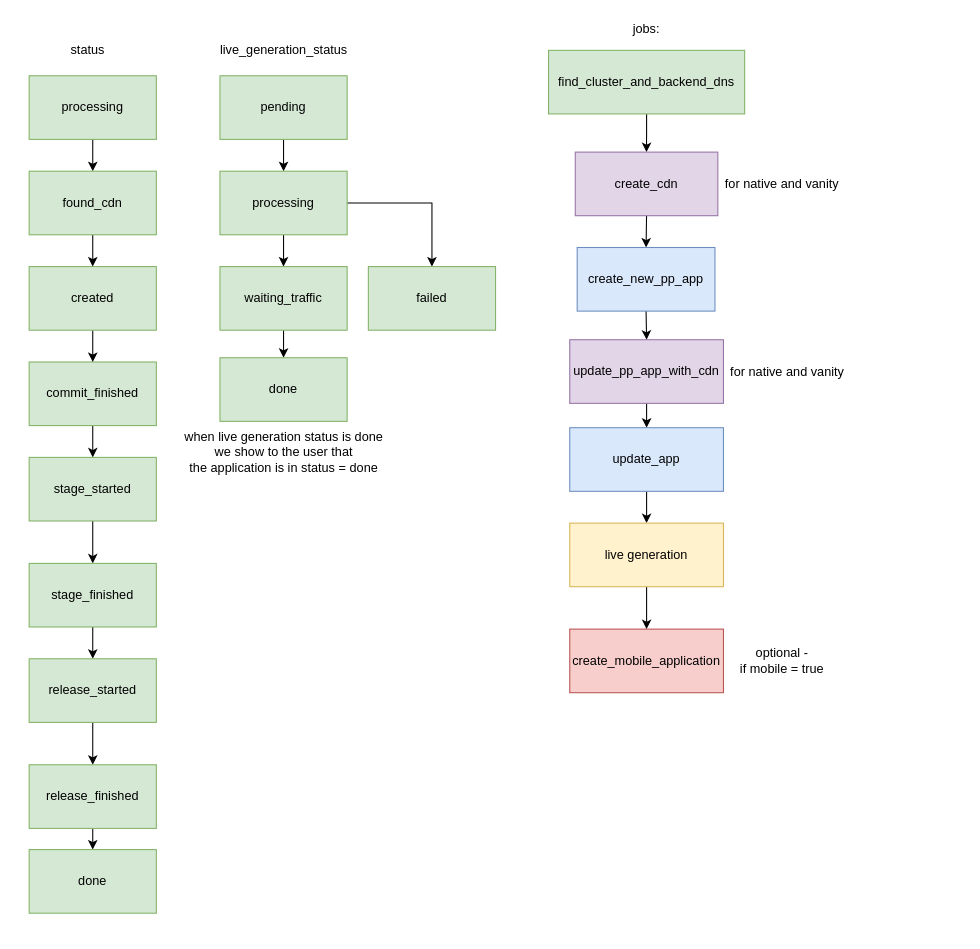
This is page "live generation" (4 of 4) of Untitled Diagram.drawio from rotemhas/drawio, a draw.io file, before an edit. Source tidied: cells renumbered, new cells numbered last; positions are measured from the earlier drawing's top-left corner, leaving out a move shared by most shapes. Both pictures are drawn from the tidied source at 106%, with x=0, y=0 at pixel (29, 18).
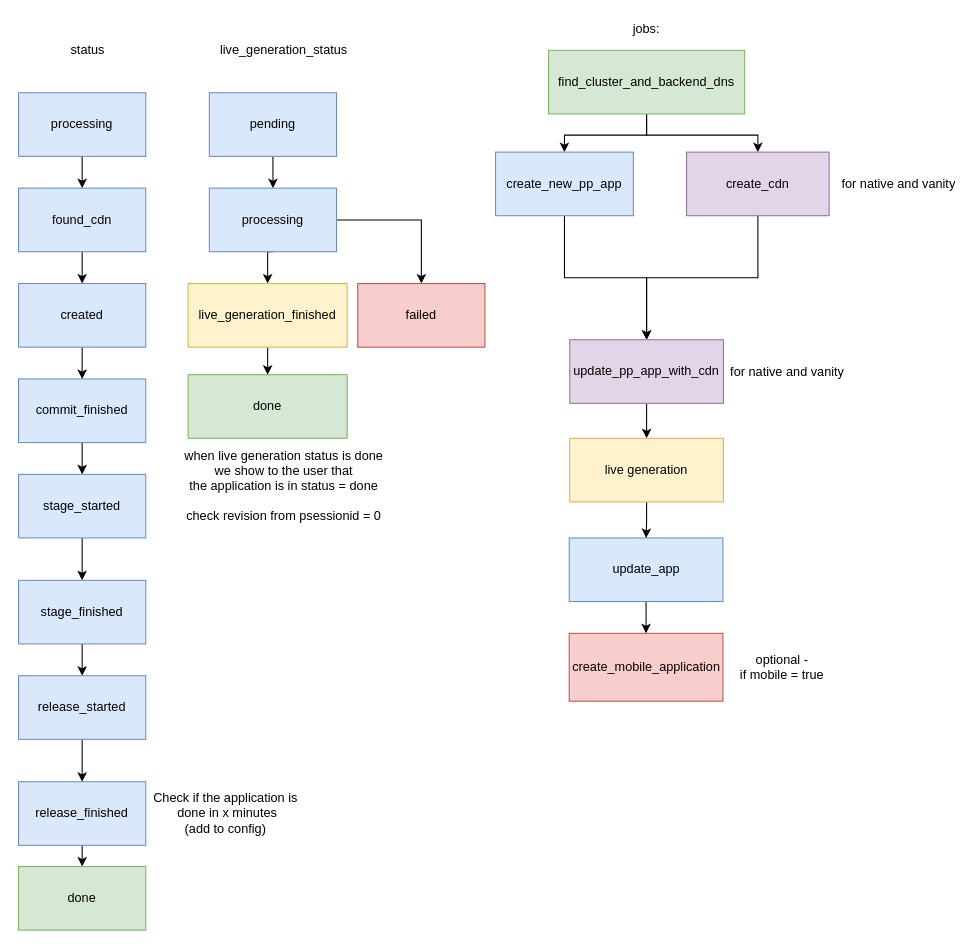
The same page after the edit.

Unchanged cells that the change refers to:
```xml
<mxCell id="3" value="find_cluster_and_backend_dns" style="rounded=0;whiteSpace=wrap;html=1;fillColor=#d5e8d4;strokeColor=#82b366;" parent="1" vertex="1">
  <mxGeometry x="490" y="30" width="185" height="60" as="geometry" />
</mxCell>
<mxCell id="9" value="update_pp_app_with_cdn" style="rounded=0;whiteSpace=wrap;html=1;fillColor=#e1d5e7;strokeColor=#9673a6;" parent="1" vertex="1">
  <mxGeometry x="510" y="303" width="145" height="60" as="geometry" />
</mxCell>
```

Change to the diagram source:
```diff
@@
+    <mxCell id="48" style="edgeStyle=orthogonalEdgeStyle;rounded=0;jettySize=auto;html=1;exitX=0.5;exitY=1;exitDx=0;exitDy=0;entryX=0.5;entryY=0;entryDx=0;entryDy=0;" parent="1" edge="1" source="3" target="7">
+      <mxGeometry relative="1" as="geometry" />
+    </mxCell>
@@
-    <mxCell id="4" style="edgeStyle=orthogonalEdgeStyle;rounded=0;jettySize=auto;html=1;exitX=0.5;exitY=1;exitDx=0;exitDy=0;entryX=0.5;entryY=0;entryDx=0;entryDy=0;" parent="1" edge="1" source="5" target="7">
-      <mxGeometry relative="1" as="geometry" />
-    </mxCell>
+    <mxCell id="49" style="edgeStyle=orthogonalEdgeStyle;rounded=0;jettySize=auto;html=1;" parent="1" edge="1" source="5" target="9">
+      <mxGeometry relative="1" as="geometry" />
+    </mxCell>
     <mxCell id="5" value="create_cdn" style="rounded=0;whiteSpace=wrap;html=1;fillColor=#e1d5e7;strokeColor=#9673a6;" parent="1" vertex="1">
-      <mxGeometry x="515.2" y="126" width="134.5" height="60" as="geometry" />
+      <mxGeometry x="620.2" y="126" width="134.5" height="60" as="geometry" />
     </mxCell>
-    <mxCell id="6" style="edgeStyle=orthogonalEdgeStyle;rounded=0;jettySize=auto;html=1;exitX=0.5;exitY=1;exitDx=0;exitDy=0;entryX=0.5;entryY=0;entryDx=0;entryDy=0;" parent="1" edge="1" source="7" target="9">
+    <mxCell id="6" style="edgeStyle=orthogonalEdgeStyle;rounded=0;jettySize=auto;html=1;exitX=0.5;exitY=1;exitDx=0;exitDy=0;" parent="1" edge="1" source="7" target="9">
       <mxGeometry relative="1" as="geometry" />
     </mxCell>
     <mxCell id="7" value="create_new_pp_app" style="rounded=0;whiteSpace=wrap;html=1;fillColor=#dae8fc;strokeColor=#6c8ebf;" parent="1" vertex="1">
-      <mxGeometry x="517" y="216" width="130" height="60" as="geometry" />
+      <mxGeometry x="440" y="126" width="130" height="60" as="geometry" />
     </mxCell>
-    <mxCell id="8" style="edgeStyle=orthogonalEdgeStyle;rounded=0;jettySize=auto;html=1;exitX=0.5;exitY=1;exitDx=0;exitDy=0;entryX=0.5;entryY=0;entryDx=0;entryDy=0;" parent="1" edge="1" source="9" target="11">
-      <mxGeometry relative="1" as="geometry" />
-    </mxCell>
+    <mxCell id="50" style="edgeStyle=orthogonalEdgeStyle;rounded=0;jettySize=auto;html=1;exitX=0.5;exitY=1;exitDx=0;exitDy=0;entryX=0.5;entryY=0;entryDx=0;entryDy=0;" parent="1" edge="1" source="9" target="17">
+      <mxGeometry relative="1" as="geometry" />
+    </mxCell>
@@
-    <mxCell id="10" style="edgeStyle=orthogonalEdgeStyle;rounded=0;jettySize=auto;html=1;exitX=0.5;exitY=1;exitDx=0;exitDy=0;entryX=0.5;entryY=0;entryDx=0;entryDy=0;" parent="1" edge="1" source="11" target="17">
-      <mxGeometry relative="1" as="geometry" />
-    </mxCell>
+    <mxCell id="51" style="edgeStyle=orthogonalEdgeStyle;rounded=0;jettySize=auto;html=1;exitX=0.5;exitY=1;exitDx=0;exitDy=0;entryX=0.5;entryY=0;entryDx=0;entryDy=0;" parent="1" edge="1" source="11" target="12">
+      <mxGeometry relative="1" as="geometry" />
+    </mxCell>
     <mxCell id="11" value="update_app" style="rounded=0;whiteSpace=wrap;html=1;fillColor=#dae8fc;strokeColor=#6c8ebf;" parent="1" vertex="1">
-      <mxGeometry x="510" y="386" width="145" height="60" as="geometry" />
+      <mxGeometry x="509.5" y="490" width="145" height="60" as="geometry" />
     </mxCell>
     <mxCell id="12" value="create_mobile_application" style="rounded=0;whiteSpace=wrap;html=1;fillColor=#f8cecc;strokeColor=#b85450;" parent="1" vertex="1">
-      <mxGeometry x="510" y="576" width="145" height="60" as="geometry" />
+      <mxGeometry x="509.5" y="580" width="145" height="64" as="geometry" />
     </mxCell>
     <mxCell id="13" value="for native and vanity" style="text;html=1;align=center;verticalAlign=middle;" parent="1" vertex="1">
-      <mxGeometry x="649.8" y="146" width="120" height="20" as="geometry" />
+      <mxGeometry x="760" y="146" width="120" height="20" as="geometry" />
     </mxCell>
@@
     <mxCell id="15" value="optional - &lt;br&gt;if mobile = true" style="text;html=1;align=center;verticalAlign=middle;" parent="1" vertex="1">
-      <mxGeometry x="664.8" y="591" width="90" height="30" as="geometry" />
+      <mxGeometry x="664.8" y="597" width="90" height="30" as="geometry" />
     </mxCell>
-    <mxCell id="16" style="edgeStyle=orthogonalEdgeStyle;rounded=0;jettySize=auto;html=1;exitX=0.5;exitY=1;exitDx=0;exitDy=0;entryX=0.5;entryY=0;entryDx=0;entryDy=0;" parent="1" edge="1" source="17" target="12">
-      <mxGeometry relative="1" as="geometry" />
-    </mxCell>
-    <mxCell id="17" value="live generation" style="rounded=0;whiteSpace=wrap;html=1;fillColor=#fff2cc;strokeColor=#d6b656;" parent="1" vertex="1">
-      <mxGeometry x="510" y="476" width="145" height="60" as="geometry" />
-    </mxCell>
@@
-    <mxCell id="19" value="processing" style="rounded=0;whiteSpace=wrap;html=1;fillColor=#d5e8d4;strokeColor=#82b366;" parent="1" vertex="1">
-      <mxGeometry y="54" width="120" height="60" as="geometry" />
+    <mxCell id="19" value="processing" style="rounded=0;whiteSpace=wrap;html=1;fillColor=#dae8fc;strokeColor=#6c8ebf;" parent="1" vertex="1">
+      <mxGeometry x="-10" y="70" width="120" height="60" as="geometry" />
     </mxCell>
@@
-    <mxCell id="21" value="commit_finished" style="rounded=0;whiteSpace=wrap;html=1;fillColor=#d5e8d4;strokeColor=#82b366;" parent="1" vertex="1">
-      <mxGeometry y="324" width="120" height="60" as="geometry" />
+    <mxCell id="21" value="commit_finished" style="rounded=0;whiteSpace=wrap;html=1;fillColor=#dae8fc;strokeColor=#6c8ebf;" parent="1" vertex="1">
+      <mxGeometry x="-10" y="340" width="120" height="60" as="geometry" />
     </mxCell>
@@
-    <mxCell id="23" value="created" style="rounded=0;whiteSpace=wrap;html=1;fillColor=#d5e8d4;strokeColor=#82b366;" parent="1" vertex="1">
-      <mxGeometry y="234" width="120" height="60" as="geometry" />
+    <mxCell id="23" value="created" style="rounded=0;whiteSpace=wrap;html=1;fillColor=#dae8fc;strokeColor=#6c8ebf;" parent="1" vertex="1">
+      <mxGeometry x="-10" y="250" width="120" height="60" as="geometry" />
     </mxCell>
@@
-    <mxCell id="25" value="stage_started" style="rounded=0;whiteSpace=wrap;html=1;fillColor=#d5e8d4;strokeColor=#82b366;" parent="1" vertex="1">
-      <mxGeometry y="414" width="120" height="60" as="geometry" />
+    <mxCell id="25" value="stage_started" style="rounded=0;whiteSpace=wrap;html=1;fillColor=#dae8fc;strokeColor=#6c8ebf;" parent="1" vertex="1">
+      <mxGeometry x="-10" y="430" width="120" height="60" as="geometry" />
     </mxCell>
@@
-    <mxCell id="27" value="stage_finished" style="rounded=0;whiteSpace=wrap;html=1;fillColor=#d5e8d4;strokeColor=#82b366;" parent="1" vertex="1">
-      <mxGeometry y="514" width="120" height="60" as="geometry" />
+    <mxCell id="27" value="stage_finished" style="rounded=0;whiteSpace=wrap;html=1;fillColor=#dae8fc;strokeColor=#6c8ebf;" parent="1" vertex="1">
+      <mxGeometry x="-10" y="530" width="120" height="60" as="geometry" />
     </mxCell>
@@
-    <mxCell id="29" value="found_cdn" style="rounded=0;whiteSpace=wrap;html=1;fillColor=#d5e8d4;strokeColor=#82b366;" parent="1" vertex="1">
-      <mxGeometry y="144" width="120" height="60" as="geometry" />
+    <mxCell id="29" value="found_cdn" style="rounded=0;whiteSpace=wrap;html=1;fillColor=#dae8fc;strokeColor=#6c8ebf;" parent="1" vertex="1">
+      <mxGeometry x="-10" y="160" width="120" height="60" as="geometry" />
     </mxCell>
@@
-    <mxCell id="31" value="release_started" style="rounded=0;whiteSpace=wrap;html=1;fillColor=#d5e8d4;strokeColor=#82b366;" parent="1" vertex="1">
-      <mxGeometry y="604" width="120" height="60" as="geometry" />
+    <mxCell id="31" value="release_started" style="rounded=0;whiteSpace=wrap;html=1;fillColor=#dae8fc;strokeColor=#6c8ebf;" parent="1" vertex="1">
+      <mxGeometry x="-10" y="620" width="120" height="60" as="geometry" />
     </mxCell>
@@
-    <mxCell id="33" value="release_finished" style="rounded=0;whiteSpace=wrap;html=1;fillColor=#d5e8d4;strokeColor=#82b366;" parent="1" vertex="1">
-      <mxGeometry y="704" width="120" height="60" as="geometry" />
+    <mxCell id="33" value="release_finished" style="rounded=0;whiteSpace=wrap;html=1;fillColor=#dae8fc;strokeColor=#6c8ebf;" parent="1" vertex="1">
+      <mxGeometry x="-10" y="720" width="120" height="60" as="geometry" />
     </mxCell>
     <mxCell id="34" value="done" style="rounded=0;whiteSpace=wrap;html=1;fillColor=#d5e8d4;strokeColor=#82b366;" parent="1" vertex="1">
-      <mxGeometry y="784" width="120" height="60" as="geometry" />
+      <mxGeometry x="-10" y="800" width="120" height="60" as="geometry" />
     </mxCell>
@@
-    <mxCell id="38" value="pending" style="rounded=0;whiteSpace=wrap;html=1;fillColor=#d5e8d4;strokeColor=#82b366;" parent="1" vertex="1">
-      <mxGeometry x="180" y="54" width="120" height="60" as="geometry" />
+    <mxCell id="38" value="pending" style="rounded=0;whiteSpace=wrap;html=1;fillColor=#dae8fc;strokeColor=#6c8ebf;" parent="1" vertex="1">
+      <mxGeometry x="170" y="70" width="120" height="60" as="geometry" />
     </mxCell>
@@
-    <mxCell id="41" value="processing" style="rounded=0;whiteSpace=wrap;html=1;fillColor=#d5e8d4;strokeColor=#82b366;" parent="1" vertex="1">
-      <mxGeometry x="180" y="144" width="120" height="60" as="geometry" />
+    <mxCell id="41" value="processing" style="rounded=0;whiteSpace=wrap;html=1;fillColor=#dae8fc;strokeColor=#6c8ebf;" parent="1" vertex="1">
+      <mxGeometry x="170" y="160" width="120" height="60" as="geometry" />
     </mxCell>
@@
-    <mxCell id="43" value="waiting_traffic" style="rounded=0;whiteSpace=wrap;html=1;fillColor=#d5e8d4;strokeColor=#82b366;" parent="1" vertex="1">
-      <mxGeometry x="180" y="234" width="120" height="60" as="geometry" />
+    <mxCell id="43" value="live_generation_finished" style="rounded=0;whiteSpace=wrap;html=1;fillColor=#fff2cc;strokeColor=#d6b656;" parent="1" vertex="1">
+      <mxGeometry x="150" y="250" width="150" height="60" as="geometry" />
     </mxCell>
     <mxCell id="44" value="done" style="rounded=0;whiteSpace=wrap;html=1;fillColor=#d5e8d4;strokeColor=#82b366;" parent="1" vertex="1">
-      <mxGeometry x="180" y="320" width="120" height="60" as="geometry" />
+      <mxGeometry x="150" y="336" width="150" height="60" as="geometry" />
     </mxCell>
@@
-    <mxCell id="46" value="when live generation status is done&lt;br&gt;we show to the user that&lt;br&gt;the application is in status = done" style="text;html=1;align=center;verticalAlign=middle;" parent="1" vertex="1">
-      <mxGeometry x="140" y="384" width="200" height="50" as="geometry" />
+    <mxCell id="46" value="when live generation status is done&lt;br&gt;we show to the user that&lt;br&gt;the application is in status = done&lt;br&gt;&lt;br&gt;check revision from psessionid = 0" style="text;html=1;align=center;verticalAlign=middle;" parent="1" vertex="1">
+      <mxGeometry x="140" y="406" width="200" height="70" as="geometry" />
     </mxCell>
-    <mxCell id="47" value="failed" style="rounded=0;whiteSpace=wrap;html=1;fillColor=#d5e8d4;strokeColor=#82b366;" parent="1" vertex="1">
-      <mxGeometry x="320" y="234" width="120" height="60" as="geometry" />
+    <mxCell id="47" value="failed" style="rounded=0;whiteSpace=wrap;html=1;fillColor=#f8cecc;strokeColor=#b85450;" parent="1" vertex="1">
+      <mxGeometry x="310" y="250" width="120" height="60" as="geometry" />
     </mxCell>
+    <mxCell id="52" value="Check if the application is&lt;br&gt;&amp;nbsp;done in x minutes&lt;br&gt;(add to config)" style="text;html=1;align=center;verticalAlign=middle;" parent="1" vertex="1">
+      <mxGeometry x="110" y="725" width="150" height="50" as="geometry" />
+    </mxCell>
+    <mxCell id="53" style="edgeStyle=orthogonalEdgeStyle;rounded=0;jettySize=auto;html=1;exitX=0.5;exitY=1;exitDx=0;exitDy=0;" parent="1" edge="1" source="17" target="11">
+      <mxGeometry relative="1" as="geometry" />
+    </mxCell>
+    <mxCell id="17" value="live generation" style="rounded=0;whiteSpace=wrap;html=1;fillColor=#fff2cc;strokeColor=#d6b656;" parent="1" vertex="1">
+      <mxGeometry x="510" y="396" width="145" height="60" as="geometry" />
+    </mxCell>
```
